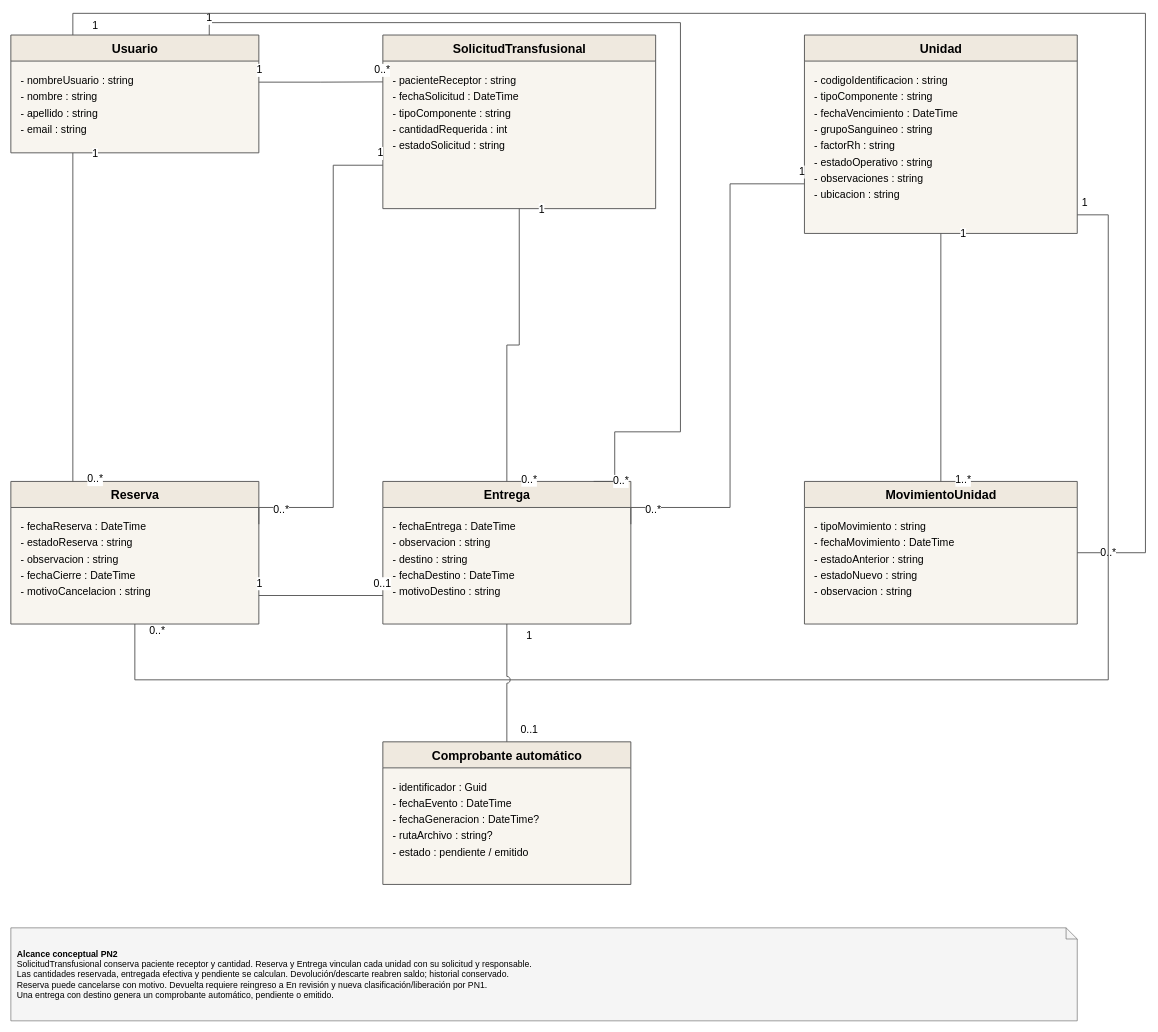
This is Diagramas/Secuencia de Roles/PN2_DiagramaModeloConceptual.drawio from juanNH/Ingenieria-de-Software, a draw.io file, before an edit. Source tidied: cells renumbered, new cells numbered last; positions are measured from the earlier drawing's top-left corner, leaving out a move shared by most shapes. Both pictures are drawn from the tidied source at 62%, with x=0, y=0 at pixel (11, 13).
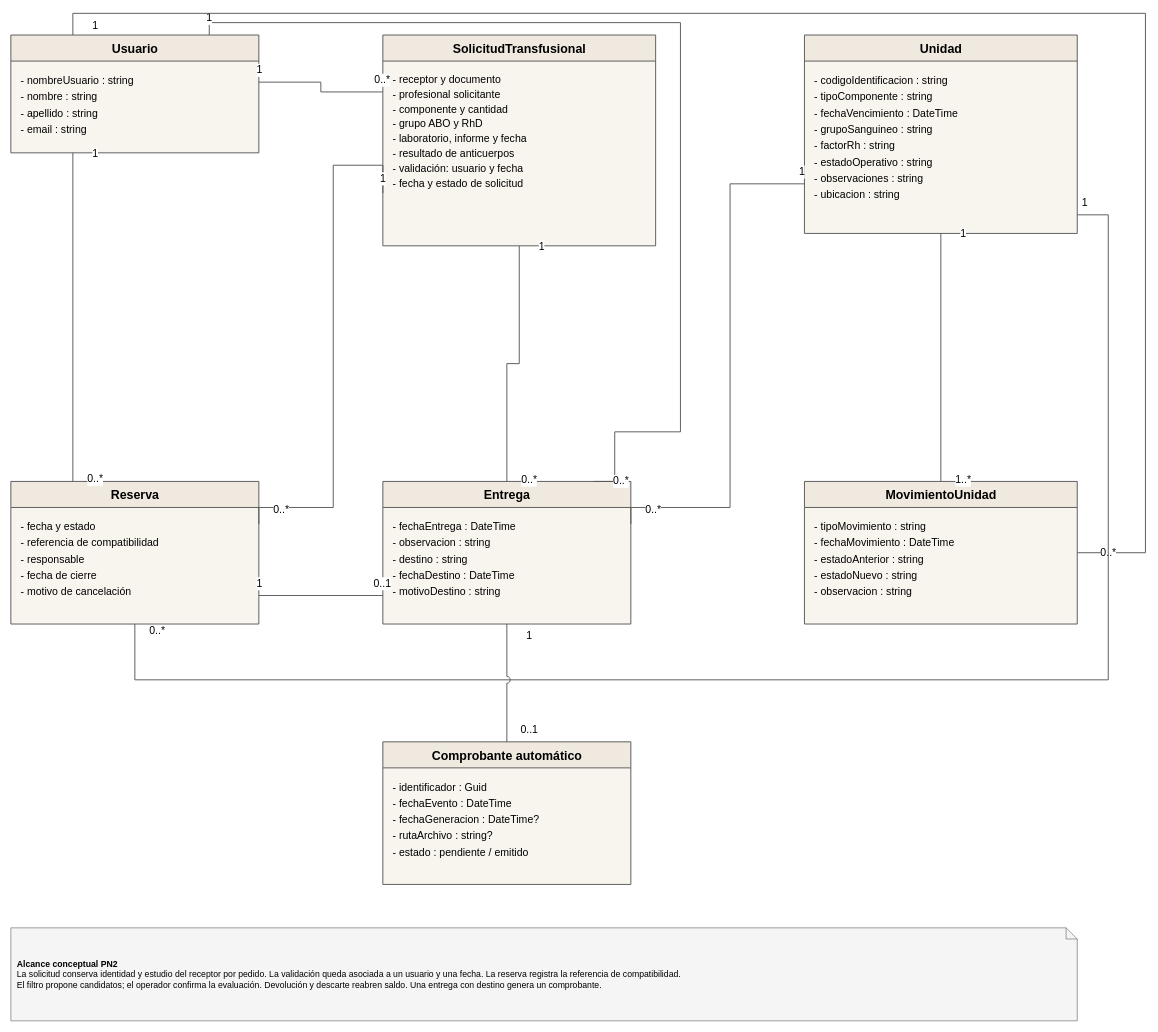
Above is the later version.

Unchanged cells that the change refers to:
```xml
<mxCell id="8" value="Reserva" style="swimlane;html=1;horizontal=1;startSize=42;rounded=0;fillColor=#EFE9DF;swimlaneFillColor=#F8F5EF;strokeColor=#555555;strokeWidth=1.5;fontFamily=Arial;fontSize=20;fontStyle=1;align=center;verticalAlign=middle;" parent="1" vertex="1">
  <mxGeometry y="755" width="400" height="230" as="geometry" />
</mxCell>
```

What changed in the source:
```diff
@@
     <mxCell id="4" value="SolicitudTransfusional" style="swimlane;html=1;horizontal=1;startSize=42;rounded=0;fillColor=#EFE9DF;swimlaneFillColor=#F8F5EF;strokeColor=#555555;strokeWidth=1.5;fontFamily=Arial;fontSize=20;fontStyle=1;align=center;verticalAlign=middle;" parent="1" vertex="1">
-      <mxGeometry x="600" y="35" width="440" height="280" as="geometry" />
+      <mxGeometry x="600" y="35" width="440" height="340" as="geometry" />
     </mxCell>
-    <mxCell id="5" value="&lt;div style=&quot;line-height:1.55&quot;&gt;- pacienteReceptor : string&lt;br&gt;- fechaSolicitud : DateTime&lt;br&gt;- tipoComponente : string&lt;br&gt;- cantidadRequerida : int&lt;br&gt;- estadoSolicitud : string&lt;/div&gt;" style="text;html=1;whiteSpace=wrap;strokeColor=none;fillColor=none;fontFamily=Arial;fontSize=17;align=left;verticalAlign=top;spacingLeft=14;spacingRight=12;spacingTop=12;" parent="4" vertex="1">
-      <mxGeometry y="42" width="440" height="238" as="geometry" />
+    <mxCell id="5" value="&lt;div style=&quot;line-height:1.4&quot;&gt;- receptor y documento&lt;br&gt;- profesional solicitante&lt;br&gt;- componente y cantidad&lt;br&gt;- grupo ABO y RhD&lt;br&gt;- laboratorio, informe y fecha&lt;br&gt;- resultado de anticuerpos&lt;br&gt;- validación: usuario y fecha&lt;br&gt;- fecha y estado de solicitud&lt;/div&gt;" style="text;html=1;whiteSpace=wrap;strokeColor=none;fillColor=none;fontFamily=Arial;fontSize=17;align=left;verticalAlign=top;spacingLeft=14;spacingRight=12;spacingTop=12;" parent="4" vertex="1">
+      <mxGeometry y="42" width="440" height="298" as="geometry" />
     </mxCell>
@@
-    <mxCell id="9" value="&lt;div style=&quot;line-height:1.55&quot;&gt;- fechaReserva : DateTime&lt;br&gt;- estadoReserva : string&lt;br&gt;- observacion : string&lt;br&gt;- fechaCierre : DateTime&lt;br&gt;- motivoCancelacion : string&lt;/div&gt;" style="text;html=1;whiteSpace=wrap;strokeColor=none;fillColor=none;fontFamily=Arial;fontSize=17;align=left;verticalAlign=top;spacingLeft=14;spacingRight=12;spacingTop=12;" parent="8" vertex="1">
+    <mxCell id="9" value="&lt;div style=&quot;line-height:1.55&quot;&gt;- fecha y estado&lt;br&gt;- referencia de compatibilidad&lt;br&gt;- responsable&lt;br&gt;- fecha de cierre&lt;br&gt;- motivo de cancelación&lt;/div&gt;" style="text;html=1;whiteSpace=wrap;strokeColor=none;fillColor=none;fontFamily=Arial;fontSize=17;align=left;verticalAlign=top;spacingLeft=14;spacingRight=12;spacingTop=12;" parent="8" vertex="1">
       <mxGeometry y="42" width="400" height="188" as="geometry" />
     </mxCell>
@@
-    <mxCell id="44" value="&lt;b&gt;Alcance conceptual PN2&lt;/b&gt;&lt;br&gt;SolicitudTransfusional conserva paciente receptor y cantidad. Reserva y Entrega vinculan cada unidad con su solicitud y responsable.&lt;br&gt;Las cantidades reservada, entregada efectiva y pendiente se calculan. Devolución/descarte reabren saldo; historial conservado.&lt;br&gt;Reserva puede cancelarse con motivo. Devuelta requiere reingreso a En revisión y nueva clasificación/liberación por PN1.&lt;br&gt;Una entrega con destino genera un comprobante automático, pendiente o emitido." style="shape=note;whiteSpace=wrap;html=1;size=18;fillColor=#f5f5f5;strokeColor=#666666;fontSize=12;fontFamily=Arial;align=left;verticalAlign=middle;spacing=10;fontSize=14;" parent="1" vertex="1">
+    <mxCell id="44" value="&lt;b&gt;Alcance conceptual PN2&lt;/b&gt;&lt;br&gt;La solicitud conserva identidad y estudio del receptor por pedido. La validación queda asociada a un usuario y una fecha. La reserva registra la referencia de compatibilidad.&lt;br&gt;El filtro propone candidatos; el operador confirma la evaluación. Devolución y descarte reabren saldo. Una entrega con destino genera un comprobante." style="shape=note;whiteSpace=wrap;html=1;size=18;fillColor=#f5f5f5;strokeColor=#666666;fontSize=12;fontFamily=Arial;align=left;verticalAlign=middle;spacing=10;fontSize=14;" parent="1" vertex="1">
       <mxGeometry y="1475" width="1720" height="150" as="geometry" />
     </mxCell>
```
